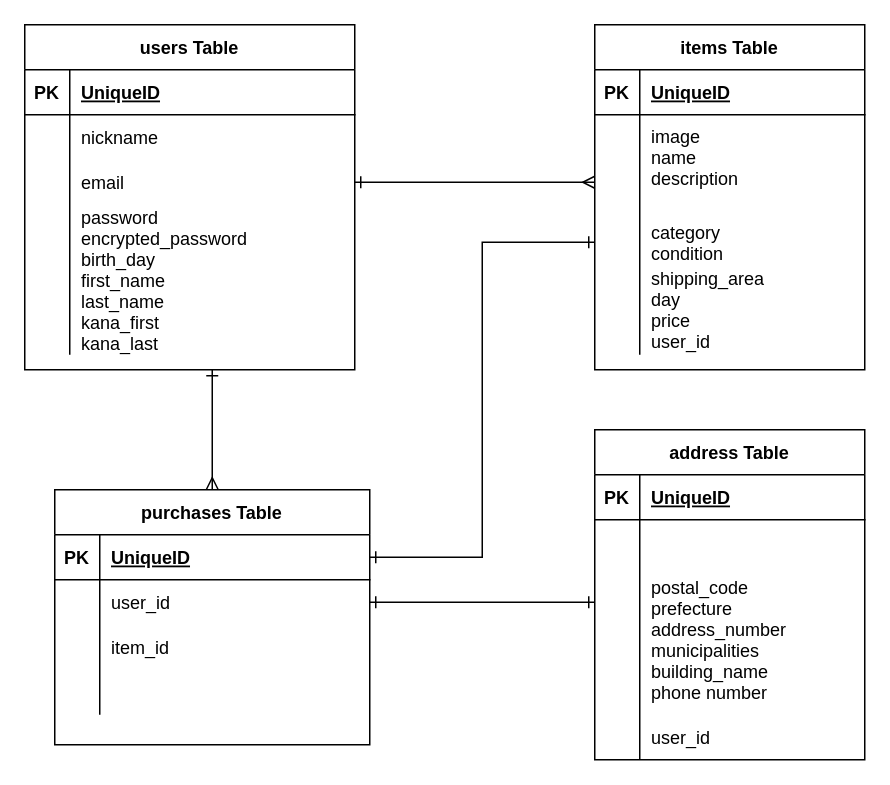
Earlier version of the draw.io diagram test.dio (tyanyu0614/furima-31671). Source tidied: cells renumbered, new cells numbered last; positions are measured from the earlier drawing's top-left corner, leaving out a move shared by most shapes. Both pictures are drawn from the tidied source at 150%, with x=0, y=0 at pixel (24, 24).
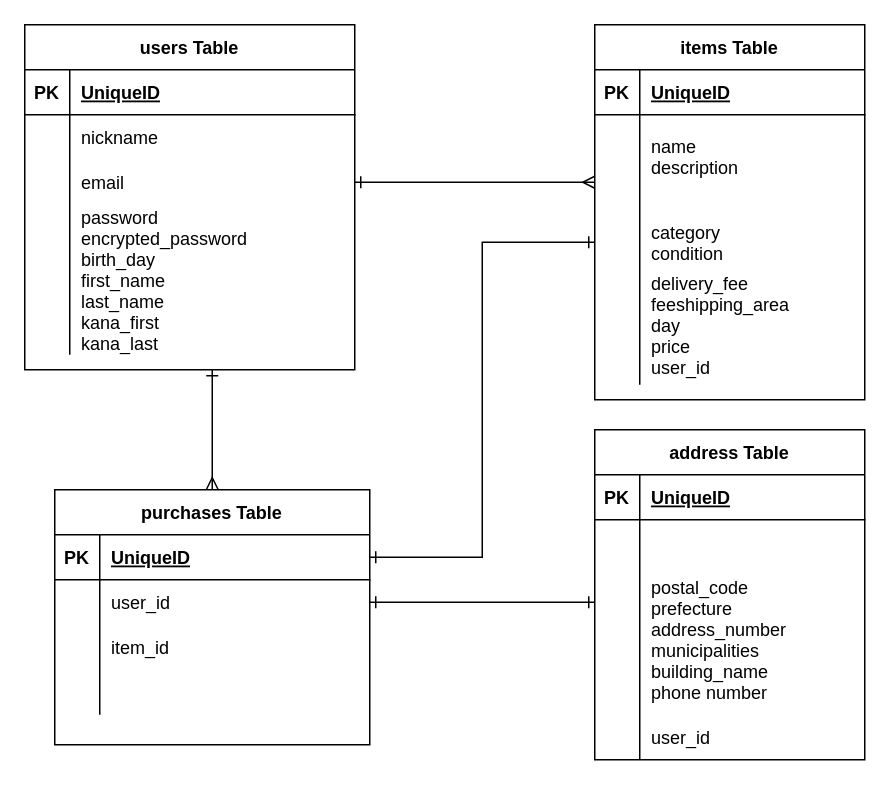
After the change.

The change refers to these unchanged cells:
```xml
<mxCell id="49" style="shape=partialRectangle;fillColor=none;top=0;left=0;bottom=0;right=0;points=[[0,0.5],[1,0.5]];portConstraint=eastwest;" parent="45" vertex="1">
  <mxGeometry y="60" width="180" height="70" as="geometry" />
</mxCell>
```

What changed in the source:
```diff
@@
     <mxCell id="45" value="items Table" style="shape=table;startSize=30;childLayout=tableLayout;rowLines=0;fontStyle=1;align=center;" parent="1" vertex="1">
-      <mxGeometry x="380" width="180" height="230" as="geometry" />
+      <mxGeometry x="380" width="180" height="250" as="geometry" />
     </mxCell>
@@
-    <mxCell id="51" value="image&#10;name&#10;description&#10;" style="shape=partialRectangle;fillColor=none;top=0;left=0;bottom=0;right=0;align=left;spacingLeft=6;overflow=hidden;" parent="49" vertex="1">
+    <mxCell id="51" value="name&#10;description&#10;" style="shape=partialRectangle;fillColor=none;top=0;left=0;bottom=0;right=0;align=left;spacingLeft=6;overflow=hidden;" parent="49" vertex="1">
       <mxGeometry x="30" width="150" height="70" as="geometry" />
     </mxCell>
@@
     <mxCell id="55" style="shape=partialRectangle;fillColor=none;top=0;left=0;bottom=0;right=0;" parent="45" vertex="1">
-      <mxGeometry y="160" width="180" height="60" as="geometry" />
+      <mxGeometry y="160" width="180" height="80" as="geometry" />
     </mxCell>
     <mxCell id="56" style="shape=partialRectangle;fillColor=none;top=0;left=0;bottom=0;right=0;overflow=hidden;" parent="55" vertex="1">
-      <mxGeometry width="30" height="60" as="geometry" />
+      <mxGeometry width="30" height="80" as="geometry" />
     </mxCell>
-    <mxCell id="57" value="shipping_area&#10;day&#10;price&#10;user_id" style="shape=partialRectangle;fillColor=none;top=0;left=0;bottom=0;right=0;align=left;spacingLeft=6;overflow=hidden;" parent="55" vertex="1">
-      <mxGeometry x="30" width="150" height="60" as="geometry" />
+    <mxCell id="57" value="delivery_fee &#10;feeshipping_area&#10;day&#10;price&#10;user_id" style="shape=partialRectangle;fillColor=none;top=0;left=0;bottom=0;right=0;align=left;spacingLeft=6;overflow=hidden;" parent="55" vertex="1">
+      <mxGeometry x="30" width="150" height="80" as="geometry" />
     </mxCell>
```
